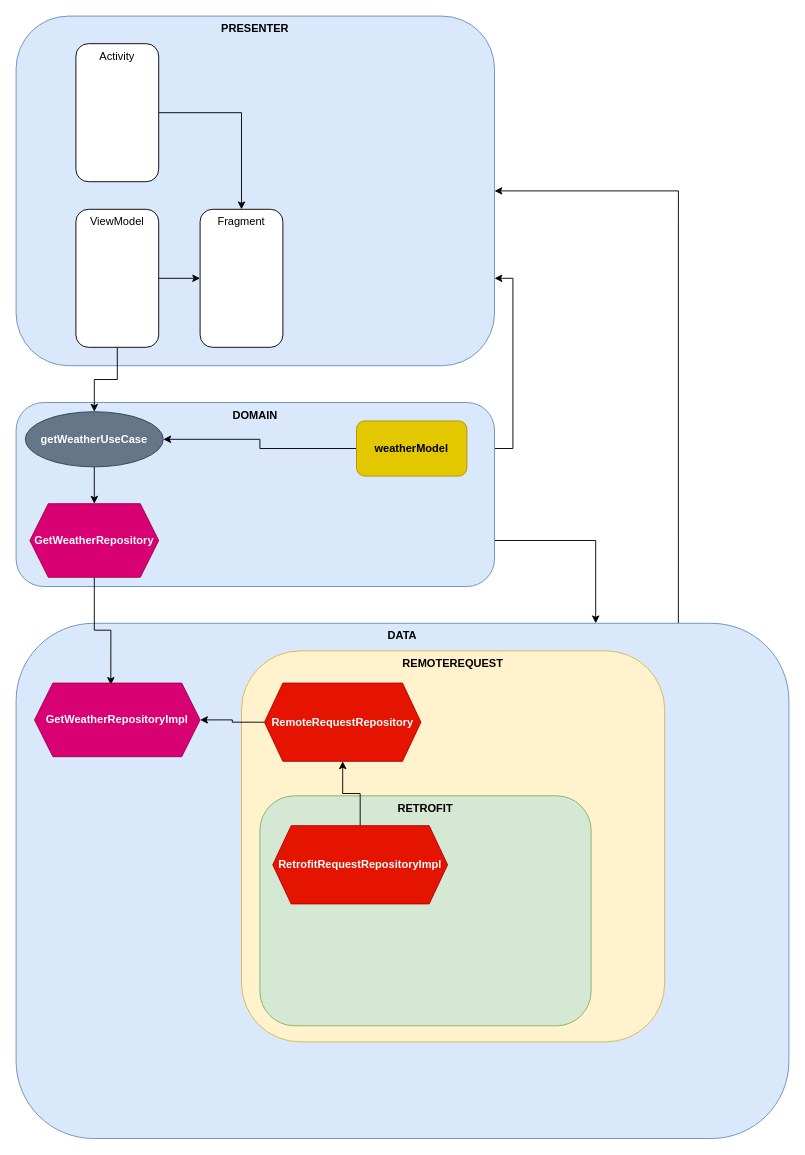
kosykt/WeatherTestMVVM keeps this draw.io diagram as supportDiagram.drawio. Above is the earlier version. Source tidied: cells renumbered, new cells numbered last; positions are measured from the earlier drawing's top-left corner, leaving out a move shared by most shapes. Both pictures are drawn from the tidied source at 92%, with x=0, y=0 at pixel (16, 16).
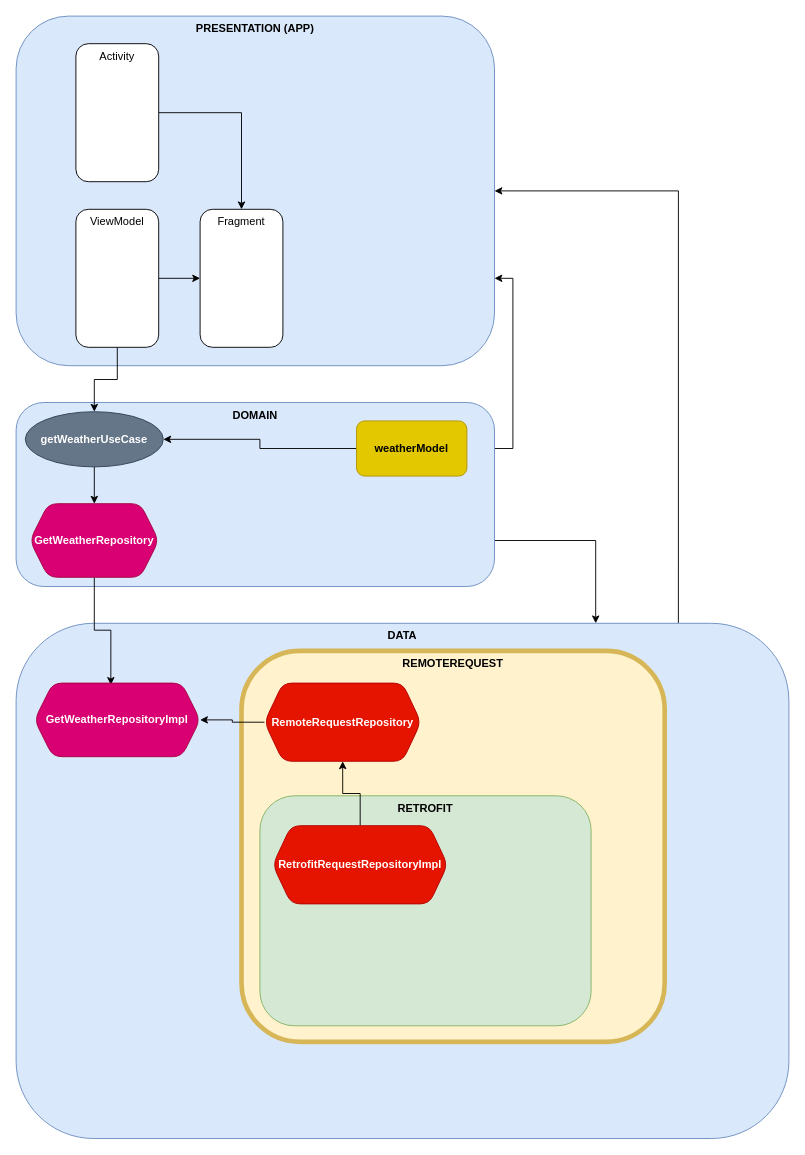
After the change.

The edit, as a diff of the source:
```diff
@@
-    <mxCell id="2" value="PRESENTER" style="rounded=1;whiteSpace=wrap;html=1;fontStyle=1;verticalAlign=top;fillColor=#dae8fc;strokeColor=#6c8ebf;" parent="1" vertex="1">
+    <mxCell id="2" value="PRESENTATION (APP)" style="rounded=1;whiteSpace=wrap;html=1;fontStyle=1;verticalAlign=top;fillColor=#dae8fc;strokeColor=#6c8ebf;" parent="1" vertex="1">
       <mxGeometry width="520" height="380" as="geometry" />
     </mxCell>
@@
-    <mxCell id="19" value="GetWeatherRepository" style="shape=hexagon;perimeter=hexagonPerimeter2;whiteSpace=wrap;html=1;fixedSize=1;verticalAlign=middle;fillColor=#d80073;fontColor=#ffffff;strokeColor=#A50040;fontStyle=1;" parent="1" vertex="1">
+    <mxCell id="19" value="GetWeatherRepository" style="shape=hexagon;perimeter=hexagonPerimeter2;whiteSpace=wrap;html=1;fixedSize=1;verticalAlign=middle;fillColor=#d80073;fontColor=#ffffff;strokeColor=#A50040;fontStyle=1;rounded=1;" parent="1" vertex="1">
       <mxGeometry x="15" y="530" width="140" height="80" as="geometry" />
     </mxCell>
-    <mxCell id="20" value="GetWeatherRepositoryImpl" style="shape=hexagon;perimeter=hexagonPerimeter2;whiteSpace=wrap;html=1;fixedSize=1;verticalAlign=middle;fillColor=#d80073;fontColor=#ffffff;strokeColor=#A50040;fontStyle=1;" parent="1" vertex="1">
+    <mxCell id="20" value="GetWeatherRepositoryImpl" style="shape=hexagon;perimeter=hexagonPerimeter2;whiteSpace=wrap;html=1;fixedSize=1;verticalAlign=middle;fillColor=#d80073;fontColor=#ffffff;strokeColor=#A50040;fontStyle=1;rounded=1;" parent="1" vertex="1">
       <mxGeometry x="20" y="725" width="180" height="80" as="geometry" />
     </mxCell>
-    <mxCell id="21" value="REMOTEREQUEST" style="rounded=1;whiteSpace=wrap;html=1;fillColor=#fff2cc;strokeColor=#d6b656;verticalAlign=top;fontStyle=1;direction=south;" parent="1" vertex="1">
+    <mxCell id="21" value="REMOTEREQUEST" style="rounded=1;whiteSpace=wrap;html=1;fillColor=#fff2cc;strokeColor=#d6b656;verticalAlign=top;fontStyle=1;direction=south;strokeWidth=5;perimeterSpacing=0;glass=0;shadow=0;sketch=0;" parent="1" vertex="1">
       <mxGeometry x="245" y="690" width="460" height="425" as="geometry" />
     </mxCell>
@@
-    <mxCell id="23" value="RemoteRequestRepository" style="shape=hexagon;perimeter=hexagonPerimeter2;whiteSpace=wrap;html=1;fixedSize=1;fillColor=#e51400;fontColor=#ffffff;strokeColor=#B20000;fontStyle=1;" parent="1" vertex="1">
+    <mxCell id="23" value="RemoteRequestRepository" style="shape=hexagon;perimeter=hexagonPerimeter2;whiteSpace=wrap;html=1;fixedSize=1;fillColor=#e51400;fontColor=#ffffff;strokeColor=#B20000;fontStyle=1;rounded=1;" parent="1" vertex="1">
       <mxGeometry x="270" y="725" width="170" height="85" as="geometry" />
     </mxCell>
@@
-    <mxCell id="26" value="RetrofitRequestRepositoryImpl" style="shape=hexagon;perimeter=hexagonPerimeter2;whiteSpace=wrap;html=1;fixedSize=1;fillColor=#e51400;fontColor=#ffffff;strokeColor=#B20000;fontStyle=1;" parent="1" vertex="1">
+    <mxCell id="26" value="RetrofitRequestRepositoryImpl" style="shape=hexagon;perimeter=hexagonPerimeter2;whiteSpace=wrap;html=1;fixedSize=1;fillColor=#e51400;fontColor=#ffffff;strokeColor=#B20000;fontStyle=1;rounded=1;" parent="1" vertex="1">
       <mxGeometry x="279" y="880" width="190" height="85" as="geometry" />
     </mxCell>
```
